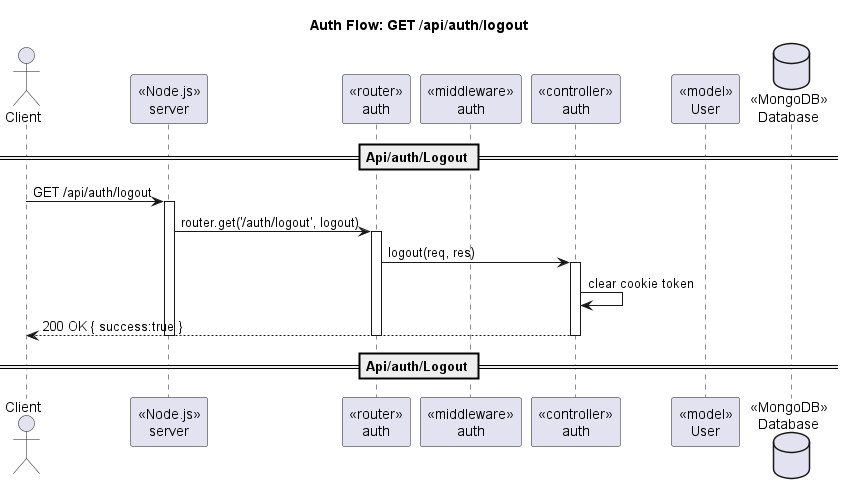
Above: out/docs/diagram/sequence/seq_auth_logout_get.png in 098ff/ArtmaybeDEV (PlantUML), before the change.
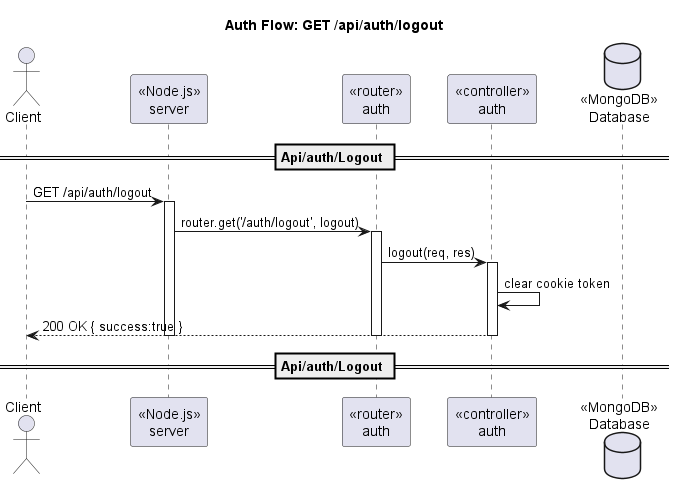
The same diagram one commit later.

The edit, as a diff of the source:
```diff
@@ -3,9 +3,7 @@
 actor Client
 participant "«Node.js»\nserver" as Server
 participant "«router»\nauth" as Router
-participant "«middleware»\nauth" as AuthMW
 participant "«controller»\nauth" as Ctrl
-participant "«model»\nUser" as UserModel
 database "«MongoDB»\nDatabase" as DB
 
 == Api/auth/Logout ==
```
